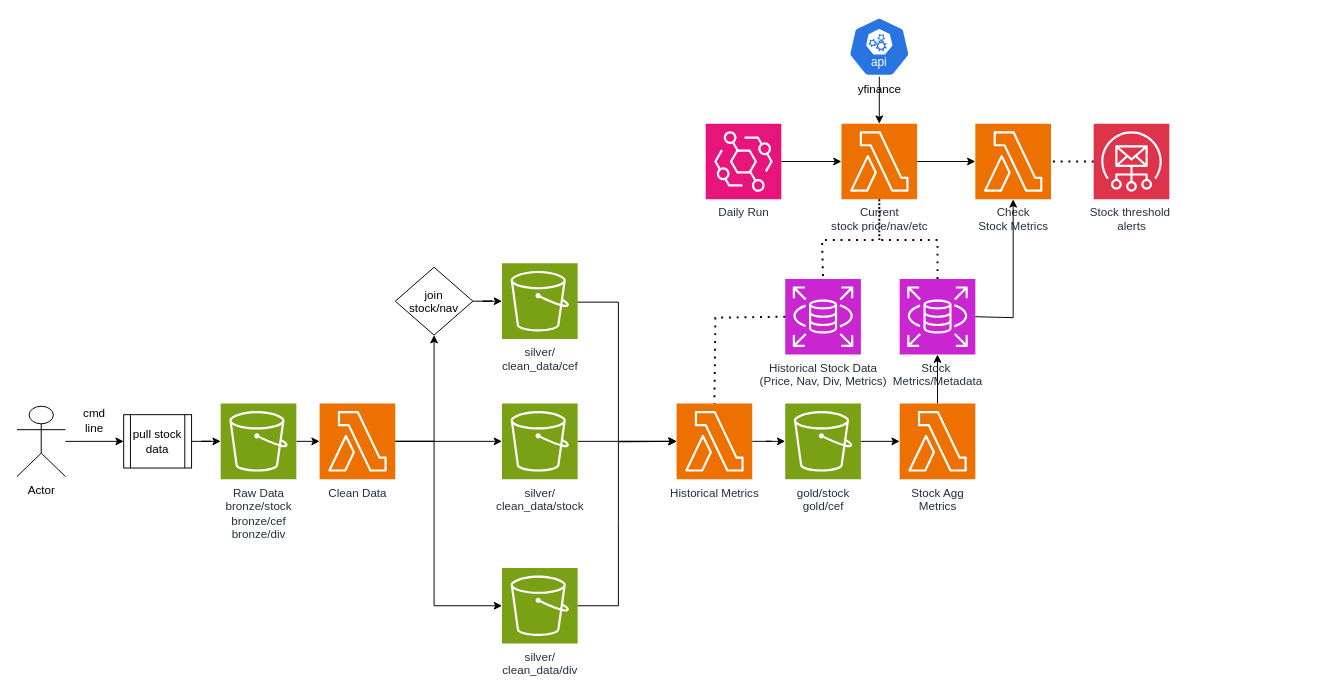
Earlier version of the draw.io diagram docs/stock_tracker_overview.drawio (sseamonds/stock_data_tracker). Source tidied: cells renumbered, new cells numbered last; positions are measured from the earlier drawing's top-left corner, leaving out a move shared by most shapes. Both pictures are drawn from the tidied source at 97%, with x=0, y=0 at pixel (16, 16).
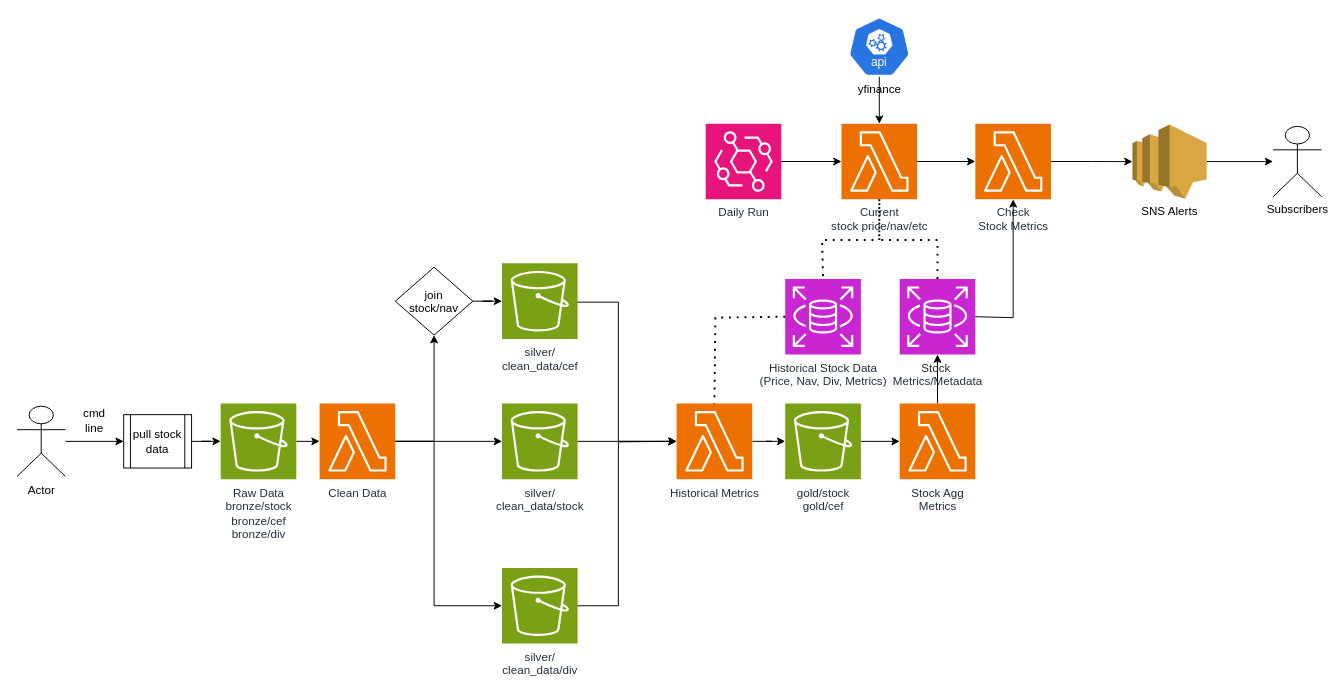
The same diagram, later.

Commit message (it also covers changes not shown here):
code to write to SNS or logs based on env vars, related readme updates, updated diagram

Unchanged cells that the change refers to:
```xml
<mxCell id="32" value="Check&lt;div&gt;Stock &lt;span style=&quot;background-color: initial;&quot;&gt;Metrics&lt;/span&gt;&lt;/div&gt;" style="sketch=0;points=[[0,0,0],[0.25,0,0],[0.5,0,0],[0.75,0,0],[1,0,0],[0,1,0],[0.25,1,0],[0.5,1,0],[0.75,1,0],[1,1,0],[0,0.25,0],[0,0.5,0],[0,0.75,0],[1,0.25,0],[1,0.5,0],[1,0.75,0]];outlineConnect=0;fontColor=#232F3E;fillColor=#ED7100;strokeColor=#ffffff;dashed=0;verticalLabelPosition=bottom;verticalAlign=top;align=center;html=1;fontSize=12;fontStyle=0;shape=mxgraph.aws4.resourceIcon;resIcon=mxgraph.aws4.lambda;" parent="1" vertex="1">
  <mxGeometry x="988" y="110" width="78" height="78" as="geometry" />
</mxCell>
```

Change to the diagram source:
```diff
@@
+    <mxCell id="42" style="edgeStyle=orthogonalEdgeStyle;rounded=0;jettySize=auto;html=1;" parent="1" edge="1" source="32" target="44">
+      <mxGeometry relative="1" as="geometry" />
+    </mxCell>
@@
-    <mxCell id="33" value="Stock threshold&amp;nbsp;&lt;div&gt;alerts&lt;/div&gt;" style="sketch=0;points=[[0,0,0],[0.25,0,0],[0.5,0,0],[0.75,0,0],[1,0,0],[0,1,0],[0.25,1,0],[0.5,1,0],[0.75,1,0],[1,1,0],[0,0.25,0],[0,0.5,0],[0,0.75,0],[1,0.25,0],[1,0.5,0],[1,0.75,0]];outlineConnect=0;fontColor=#232F3E;fillColor=#DD344C;strokeColor=#ffffff;dashed=0;verticalLabelPosition=bottom;verticalAlign=top;align=center;html=1;fontSize=12;fontStyle=0;shape=mxgraph.aws4.resourceIcon;resIcon=mxgraph.aws4.simple_email_service;" parent="1" vertex="1">
-      <mxGeometry x="1110" y="110" width="78" height="78" as="geometry" />
-    </mxCell>
@@
-    <mxCell id="38" style="endArrow=none;dashed=1;html=1;dashPattern=1 3;strokeWidth=2;rounded=0;entryX=1;entryY=0.5;entryDx=0;entryDy=0;entryPerimeter=0;" parent="1" edge="1" source="33" target="32">
-      <mxGeometry relative="1" as="geometry" />
-    </mxCell>
@@
+    <mxCell id="43" style="edgeStyle=orthogonalEdgeStyle;rounded=0;jettySize=auto;html=1;" parent="1" edge="1" source="44" target="45">
+      <mxGeometry relative="1" as="geometry" />
+    </mxCell>
+    <mxCell id="44" value="SNS Alerts" style="outlineConnect=0;dashed=0;verticalLabelPosition=bottom;verticalAlign=top;align=center;html=1;shape=mxgraph.aws3.sns;fillColor=#D9A741;gradientColor=none;" parent="1" vertex="1">
+      <mxGeometry x="1150" y="110.8" width="76.5" height="76.5" as="geometry" />
+    </mxCell>
+    <mxCell id="45" value="Subscribers" style="shape=umlActor;verticalLabelPosition=bottom;verticalAlign=top;html=1;outlineConnect=0;" parent="1" vertex="1">
+      <mxGeometry x="1295" y="112.8" width="50" height="72.5" as="geometry" />
+    </mxCell>
```
